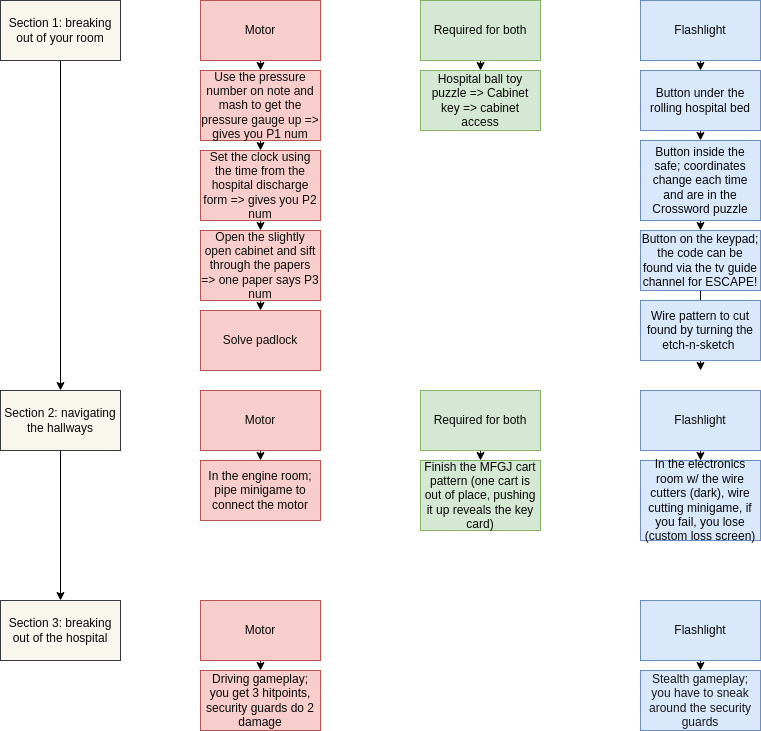
Above: puzzles.png in xanmankey/MedicalBills (draw.io), before the change. Source tidied: cells renumbered, new cells last; positions are measured from the earlier drawing's top-left corner, leaving out a move shared by most shapes.
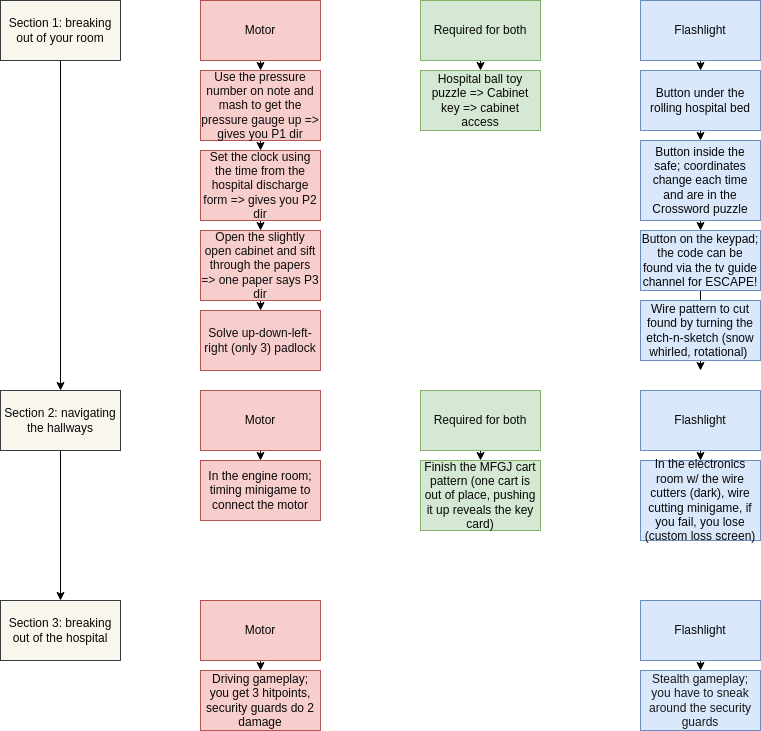
After the commit.

What changed in the source:
```diff
@@ -41,7 +41,7 @@
     <mxCell id="14" style="edgeStyle=none;html=1;fontColor=#000000;" parent="1" edge="1" source="15" target="23">
       <mxGeometry relative="1" as="geometry" />
     </mxCell>
-    <mxCell id="15" value="&lt;span style=&quot;color: rgb(13 , 13 , 13)&quot;&gt;Use the pressure number on note and mash to get the pressure gauge up =&amp;gt; gives you P1 num&lt;/span&gt;" style="whiteSpace=wrap;html=1;fillColor=#f8cecc;strokeColor=#b85450;" parent="1" vertex="1">
+    <mxCell id="15" value="&lt;span style=&quot;color: rgb(13 , 13 , 13)&quot;&gt;Use the pressure number on note and mash to get the pressure gauge up =&amp;gt; gives you P1 dir&lt;/span&gt;" style="whiteSpace=wrap;html=1;fillColor=#f8cecc;strokeColor=#b85450;" parent="1" vertex="1">
       <mxGeometry x="200" y="70" width="120" height="70" as="geometry" />
     </mxCell>
     <mxCell id="16" style="edgeStyle=none;html=1;fontColor=#000000;" parent="1" edge="1" source="17" target="19">
@@ -67,16 +67,16 @@
     <mxCell id="22" style="edgeStyle=none;html=1;fontColor=#0D0D0D;" parent="1" edge="1" source="23" target="25">
       <mxGeometry relative="1" as="geometry" />
     </mxCell>
-    <mxCell id="23" value="&lt;font color=&quot;#0d0d0d&quot;&gt;Set the clock using the time from the hospital discharge form =&amp;gt; gives you P2 num&lt;/font&gt;" style="whiteSpace=wrap;html=1;fillColor=#f8cecc;strokeColor=#b85450;" parent="1" vertex="1">
+    <mxCell id="23" value="&lt;font color=&quot;#0d0d0d&quot;&gt;Set the clock using the time from the hospital discharge form =&amp;gt; gives you P2 dir&lt;/font&gt;" style="whiteSpace=wrap;html=1;fillColor=#f8cecc;strokeColor=#b85450;" parent="1" vertex="1">
       <mxGeometry x="200" y="150" width="120" height="70" as="geometry" />
     </mxCell>
     <mxCell id="24" style="edgeStyle=none;html=1;fontColor=#0D0D0D;" parent="1" edge="1" source="25" target="26">
       <mxGeometry relative="1" as="geometry" />
     </mxCell>
-    <mxCell id="25" value="&lt;span style=&quot;color: rgb(13 , 13 , 13)&quot;&gt;Open the slightly open cabinet and sift through the papers =&amp;gt; one paper says P3 num&lt;/span&gt;" style="whiteSpace=wrap;html=1;fillColor=#f8cecc;strokeColor=#b85450;" parent="1" vertex="1">
+    <mxCell id="25" value="&lt;span style=&quot;color: rgb(13 , 13 , 13)&quot;&gt;Open the slightly open cabinet and sift through the papers =&amp;gt; one paper says P3 dir&lt;/span&gt;" style="whiteSpace=wrap;html=1;fillColor=#f8cecc;strokeColor=#b85450;" parent="1" vertex="1">
       <mxGeometry x="200" y="230" width="120" height="70" as="geometry" />
     </mxCell>
-    <mxCell id="26" value="&lt;span style=&quot;color: rgb(13 , 13 , 13)&quot;&gt;Solve padlock&lt;/span&gt;" style="whiteSpace=wrap;html=1;fillColor=#f8cecc;strokeColor=#b85450;" parent="1" vertex="1">
+    <mxCell id="26" value="&lt;span style=&quot;color: rgb(13 , 13 , 13)&quot;&gt;Solve up-down-left-right (only 3) padlock&lt;/span&gt;" style="whiteSpace=wrap;html=1;fillColor=#f8cecc;strokeColor=#b85450;" parent="1" vertex="1">
       <mxGeometry x="200" y="310" width="120" height="60" as="geometry" />
     </mxCell>
     <mxCell id="27" style="edgeStyle=none;html=1;fontColor=#0D0D0D;" parent="1" edge="1" target="33">
@@ -104,13 +104,13 @@
     <mxCell id="32" value="&lt;font color=&quot;#080808&quot;&gt;Flashlight&lt;/font&gt;" style="whiteSpace=wrap;html=1;fillColor=#dae8fc;strokeColor=#6c8ebf;" parent="1" vertex="1">
       <mxGeometry x="640" y="390" width="120" height="60" as="geometry" />
     </mxCell>
-    <mxCell id="33" value="&lt;font color=&quot;#080808&quot;&gt;In the engine room; pipe minigame to connect the motor&lt;/font&gt;" style="whiteSpace=wrap;html=1;fillColor=#f8cecc;strokeColor=#b85450;" parent="1" vertex="1">
+    <mxCell id="33" value="&lt;font color=&quot;#080808&quot;&gt;In the engine room; timing minigame to connect the motor&lt;/font&gt;" style="whiteSpace=wrap;html=1;fillColor=#f8cecc;strokeColor=#b85450;" parent="1" vertex="1">
       <mxGeometry x="200" y="460" width="120" height="60" as="geometry" />
     </mxCell>
     <mxCell id="34" value="&lt;font color=&quot;#080808&quot;&gt;In the electronics room w/ the wire cutters (dark), wire cutting minigame, if you fail, you lose (custom loss screen)&lt;/font&gt;" style="whiteSpace=wrap;html=1;fillColor=#dae8fc;strokeColor=#6c8ebf;" parent="1" vertex="1">
       <mxGeometry x="640" y="460" width="120" height="80" as="geometry" />
     </mxCell>
-    <mxCell id="35" value="&lt;font color=&quot;#080808&quot;&gt;Wire pattern to cut found by turning the etch-n-sketch&amp;nbsp;&lt;/font&gt;" style="whiteSpace=wrap;html=1;fillColor=#dae8fc;strokeColor=#6c8ebf;" parent="1" vertex="1">
+    <mxCell id="35" value="&lt;font color=&quot;#080808&quot;&gt;Wire pattern to cut found by turning the etch-n-sketch (snow whirled, rotational)&amp;nbsp;&lt;/font&gt;" style="whiteSpace=wrap;html=1;fillColor=#dae8fc;strokeColor=#6c8ebf;" parent="1" vertex="1">
       <mxGeometry x="640" y="300" width="120" height="60" as="geometry" />
     </mxCell>
     <mxCell id="36" value="&lt;font color=&quot;#080808&quot;&gt;Finish the MFGJ cart pattern (one cart is out of place, pushing it up reveals the key card)&lt;/font&gt;" style="whiteSpace=wrap;html=1;fillColor=#d5e8d4;strokeColor=#82b366;" parent="1" vertex="1">
```
